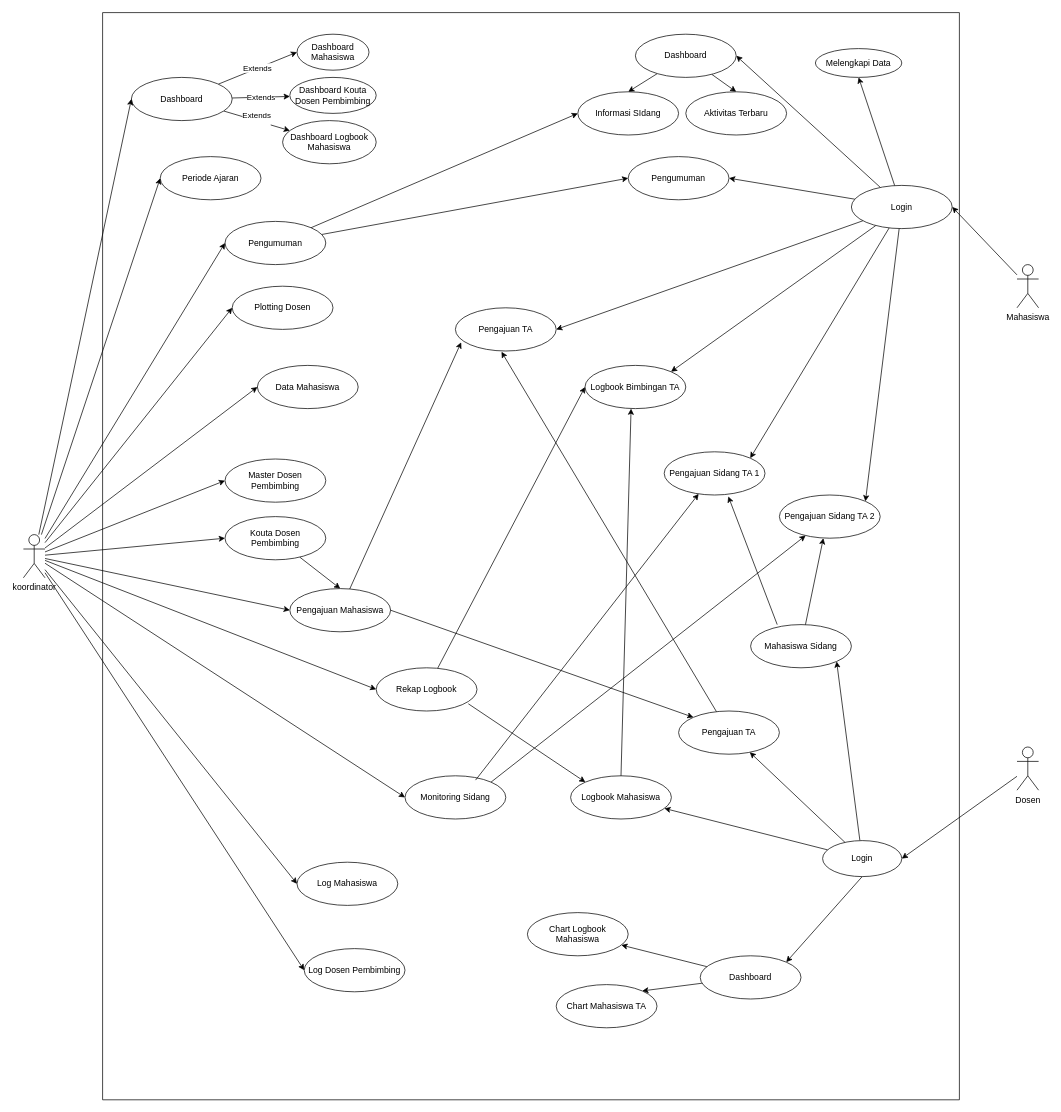
Above: koor-bimbingan online.drawio in BagusCPaste/draw.io (draw.io), before the change. Source tidied: cells renumbered, new cells numbered last; positions are measured from the earlier drawing's top-left corner, leaving out a move shared by most shapes. Both pictures are drawn from the tidied source at 72%, with x=0, y=0 at pixel (23, 12).
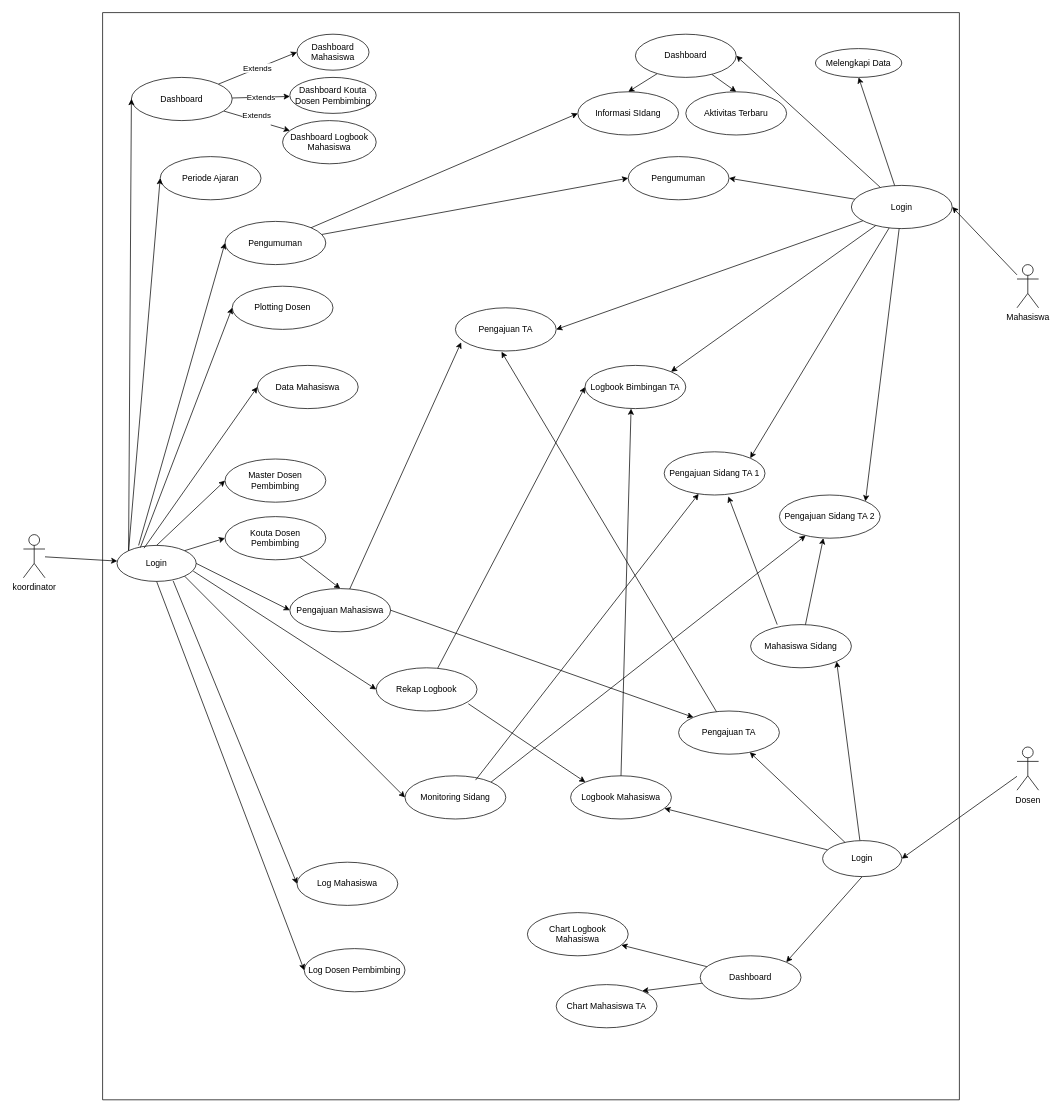
The same page after the edit.

Unchanged cells that the change refers to:
```xml
<mxCell id="2" style="swimlane;startSize=0;" parent="1" vertex="1">
  <mxGeometry x="110" width="1190" height="1510" as="geometry" />
</mxCell>
<mxCell id="6" value="Dashboard" style="ellipse;whiteSpace=wrap;html=1;" parent="2" vertex="1">
  <mxGeometry x="40" y="90" width="140" height="60" as="geometry" />
</mxCell>
<mxCell id="7" value="Periode Ajaran" style="ellipse;whiteSpace=wrap;html=1;" parent="2" vertex="1">
  <mxGeometry x="80" y="200" width="140" height="60" as="geometry" />
</mxCell>
<mxCell id="10" value="Pengumuman" style="ellipse;whiteSpace=wrap;html=1;" parent="2" vertex="1">
  <mxGeometry x="170" y="290" width="140" height="60" as="geometry" />
</mxCell>
<mxCell id="11" value="Plotting Dosen" style="ellipse;whiteSpace=wrap;html=1;" parent="2" vertex="1">
  <mxGeometry x="180" y="380" width="140" height="60" as="geometry" />
</mxCell>
<mxCell id="12" value="Data Mahasiswa" style="ellipse;whiteSpace=wrap;html=1;" parent="2" vertex="1">
  <mxGeometry x="215" y="490" width="140" height="60" as="geometry" />
</mxCell>
<mxCell id="13" value="Master Dosen Pembimbing" style="ellipse;whiteSpace=wrap;html=1;" parent="2" vertex="1">
  <mxGeometry x="170" y="620" width="140" height="60" as="geometry" />
</mxCell>
<mxCell id="15" value="Kouta Dosen Pembimbing" style="ellipse;whiteSpace=wrap;html=1;" parent="2" vertex="1">
  <mxGeometry x="170" y="700" width="140" height="60" as="geometry" />
</mxCell>
<mxCell id="17" value="Pengajuan Mahasiswa" style="ellipse;whiteSpace=wrap;html=1;" parent="2" vertex="1">
  <mxGeometry x="260" y="800" width="140" height="60" as="geometry" />
</mxCell>
<mxCell id="19" value="Rekap Logbook" style="ellipse;whiteSpace=wrap;html=1;" parent="2" vertex="1">
  <mxGeometry x="380" y="910" width="140" height="60" as="geometry" />
</mxCell>
<mxCell id="20" value="Monitoring Sidang" style="ellipse;whiteSpace=wrap;html=1;" parent="2" vertex="1">
  <mxGeometry x="420" y="1060" width="140" height="60" as="geometry" />
</mxCell>
<mxCell id="21" value="Log Dosen Pembimbing" style="ellipse;whiteSpace=wrap;html=1;" parent="2" vertex="1">
  <mxGeometry x="280" y="1300" width="140" height="60" as="geometry" />
</mxCell>
<mxCell id="22" value="Log Mahasiswa" style="ellipse;whiteSpace=wrap;html=1;" parent="2" vertex="1">
  <mxGeometry x="270" y="1180" width="140" height="60" as="geometry" />
</mxCell>
<mxCell id="78" value="koordinator" style="shape=umlActor;verticalLabelPosition=bottom;verticalAlign=top;html=1;outlineConnect=0;" parent="1" vertex="1">
  <mxGeometry y="725" width="30" height="60" as="geometry" />
</mxCell>
```

The edit, as a diff of the source:
```diff
@@
+    <mxCell id="83" value="Login" style="ellipse;whiteSpace=wrap;html=1;" parent="2" vertex="1">
+      <mxGeometry x="20" y="740" width="110" height="50" as="geometry" />
+    </mxCell>
-    <mxCell id="66" style="edgeStyle=none;rounded=0;jettySize=auto;html=1;entryX=0;entryY=0.5;entryDx=0;entryDy=0;" parent="1" edge="1" source="78" target="6">
+    <mxCell id="66" style="edgeStyle=none;rounded=0;jettySize=auto;html=1;entryX=0;entryY=0.5;entryDx=0;entryDy=0;exitX=0;exitY=0;exitDx=0;exitDy=0;" parent="2" edge="1" source="83" target="6">
       <mxGeometry relative="1" as="geometry" />
     </mxCell>
-    <mxCell id="67" style="edgeStyle=none;rounded=0;jettySize=auto;html=1;entryX=0;entryY=0.5;entryDx=0;entryDy=0;" parent="1" edge="1" source="78" target="7">
+    <mxCell id="67" style="edgeStyle=none;rounded=0;jettySize=auto;html=1;entryX=0;entryY=0.5;entryDx=0;entryDy=0;exitX=0;exitY=0;exitDx=0;exitDy=0;" parent="2" edge="1" source="83" target="7">
       <mxGeometry relative="1" as="geometry" />
     </mxCell>
-    <mxCell id="68" style="edgeStyle=none;rounded=0;jettySize=auto;html=1;entryX=0;entryY=0.5;entryDx=0;entryDy=0;" parent="1" edge="1" source="78" target="10">
+    <mxCell id="68" style="edgeStyle=none;rounded=0;jettySize=auto;html=1;entryX=0;entryY=0.5;entryDx=0;entryDy=0;exitX=0.273;exitY=0;exitDx=0;exitDy=0;exitPerimeter=0;" parent="2" edge="1" source="83" target="10">
       <mxGeometry relative="1" as="geometry" />
     </mxCell>
-    <mxCell id="69" style="edgeStyle=none;rounded=0;jettySize=auto;html=1;entryX=0;entryY=0.5;entryDx=0;entryDy=0;" parent="1" edge="1" source="78" target="11">
+    <mxCell id="69" style="edgeStyle=none;rounded=0;jettySize=auto;html=1;entryX=0;entryY=0.5;entryDx=0;entryDy=0;exitX=0.295;exitY=0.06;exitDx=0;exitDy=0;exitPerimeter=0;" parent="2" edge="1" source="83" target="11">
       <mxGeometry relative="1" as="geometry" />
     </mxCell>
-    <mxCell id="70" style="edgeStyle=none;rounded=0;jettySize=auto;html=1;entryX=0;entryY=0.5;entryDx=0;entryDy=0;" parent="1" edge="1" source="78" target="12">
+    <mxCell id="70" style="edgeStyle=none;rounded=0;jettySize=auto;html=1;entryX=0;entryY=0.5;entryDx=0;entryDy=0;exitX=0.341;exitY=0.077;exitDx=0;exitDy=0;exitPerimeter=0;" parent="2" edge="1" source="83" target="12">
       <mxGeometry relative="1" as="geometry" />
     </mxCell>
-    <mxCell id="71" style="edgeStyle=none;rounded=0;jettySize=auto;html=1;entryX=0;entryY=0.5;entryDx=0;entryDy=0;" parent="1" edge="1" source="78" target="13">
+    <mxCell id="71" style="edgeStyle=none;rounded=0;jettySize=auto;html=1;entryX=0;entryY=0.5;entryDx=0;entryDy=0;exitX=0.5;exitY=0;exitDx=0;exitDy=0;" parent="2" edge="1" source="83" target="13">
       <mxGeometry relative="1" as="geometry" />
     </mxCell>
-    <mxCell id="72" style="edgeStyle=none;rounded=0;jettySize=auto;html=1;entryX=0;entryY=0.5;entryDx=0;entryDy=0;" parent="1" edge="1" source="78" target="15">
+    <mxCell id="72" style="edgeStyle=none;rounded=0;jettySize=auto;html=1;entryX=0;entryY=0.5;entryDx=0;entryDy=0;exitX=1;exitY=0;exitDx=0;exitDy=0;" parent="2" edge="1" source="83" target="15">
       <mxGeometry relative="1" as="geometry" />
     </mxCell>
-    <mxCell id="73" style="edgeStyle=none;rounded=0;jettySize=auto;html=1;entryX=0;entryY=0.5;entryDx=0;entryDy=0;" parent="1" edge="1" source="78" target="17">
+    <mxCell id="73" style="edgeStyle=none;rounded=0;jettySize=auto;html=1;entryX=0;entryY=0.5;entryDx=0;entryDy=0;exitX=1;exitY=0.5;exitDx=0;exitDy=0;" parent="2" edge="1" source="83" target="17">
       <mxGeometry relative="1" as="geometry" />
     </mxCell>
+    <mxCell id="75" style="edgeStyle=none;rounded=0;jettySize=auto;html=1;entryX=0;entryY=0.5;entryDx=0;entryDy=0;exitX=1;exitY=1;exitDx=0;exitDy=0;" parent="2" edge="1" source="83" target="20">
+      <mxGeometry relative="1" as="geometry" />
+    </mxCell>
-    <mxCell id="74" style="edgeStyle=none;rounded=0;jettySize=auto;html=1;entryX=0;entryY=0.5;entryDx=0;entryDy=0;" parent="1" edge="1" source="78" target="19">
+    <mxCell id="74" style="edgeStyle=none;rounded=0;jettySize=auto;html=1;entryX=0;entryY=0.5;entryDx=0;entryDy=0;exitX=0.962;exitY=0.713;exitDx=0;exitDy=0;exitPerimeter=0;" parent="2" edge="1" source="83" target="19">
       <mxGeometry relative="1" as="geometry" />
     </mxCell>
-    <mxCell id="75" style="edgeStyle=none;rounded=0;jettySize=auto;html=1;entryX=0;entryY=0.5;entryDx=0;entryDy=0;" parent="1" edge="1" source="78" target="20">
-      <mxGeometry relative="1" as="geometry" />
-    </mxCell>
+    <mxCell id="77" style="edgeStyle=none;rounded=0;jettySize=auto;html=1;entryX=0;entryY=0.5;entryDx=0;entryDy=0;exitX=0.709;exitY=0.986;exitDx=0;exitDy=0;exitPerimeter=0;" parent="2" edge="1" source="83" target="22">
+      <mxGeometry relative="1" as="geometry" />
+    </mxCell>
-    <mxCell id="76" style="edgeStyle=none;rounded=0;jettySize=auto;html=1;entryX=0;entryY=0.5;entryDx=0;entryDy=0;" parent="1" edge="1" source="78" target="21">
+    <mxCell id="76" style="edgeStyle=none;rounded=0;jettySize=auto;html=1;entryX=0;entryY=0.5;entryDx=0;entryDy=0;exitX=0.5;exitY=1;exitDx=0;exitDy=0;" parent="2" edge="1" source="83" target="21">
       <mxGeometry relative="1" as="geometry" />
     </mxCell>
-    <mxCell id="77" style="edgeStyle=none;rounded=0;jettySize=auto;html=1;entryX=0;entryY=0.5;entryDx=0;entryDy=0;" parent="1" edge="1" source="78" target="22">
-      <mxGeometry relative="1" as="geometry" />
-    </mxCell>
+    <mxCell id="84" style="rounded=0;jettySize=auto;html=1;" parent="1" edge="1" source="78" target="83">
+      <mxGeometry relative="1" as="geometry" />
+    </mxCell>
```
